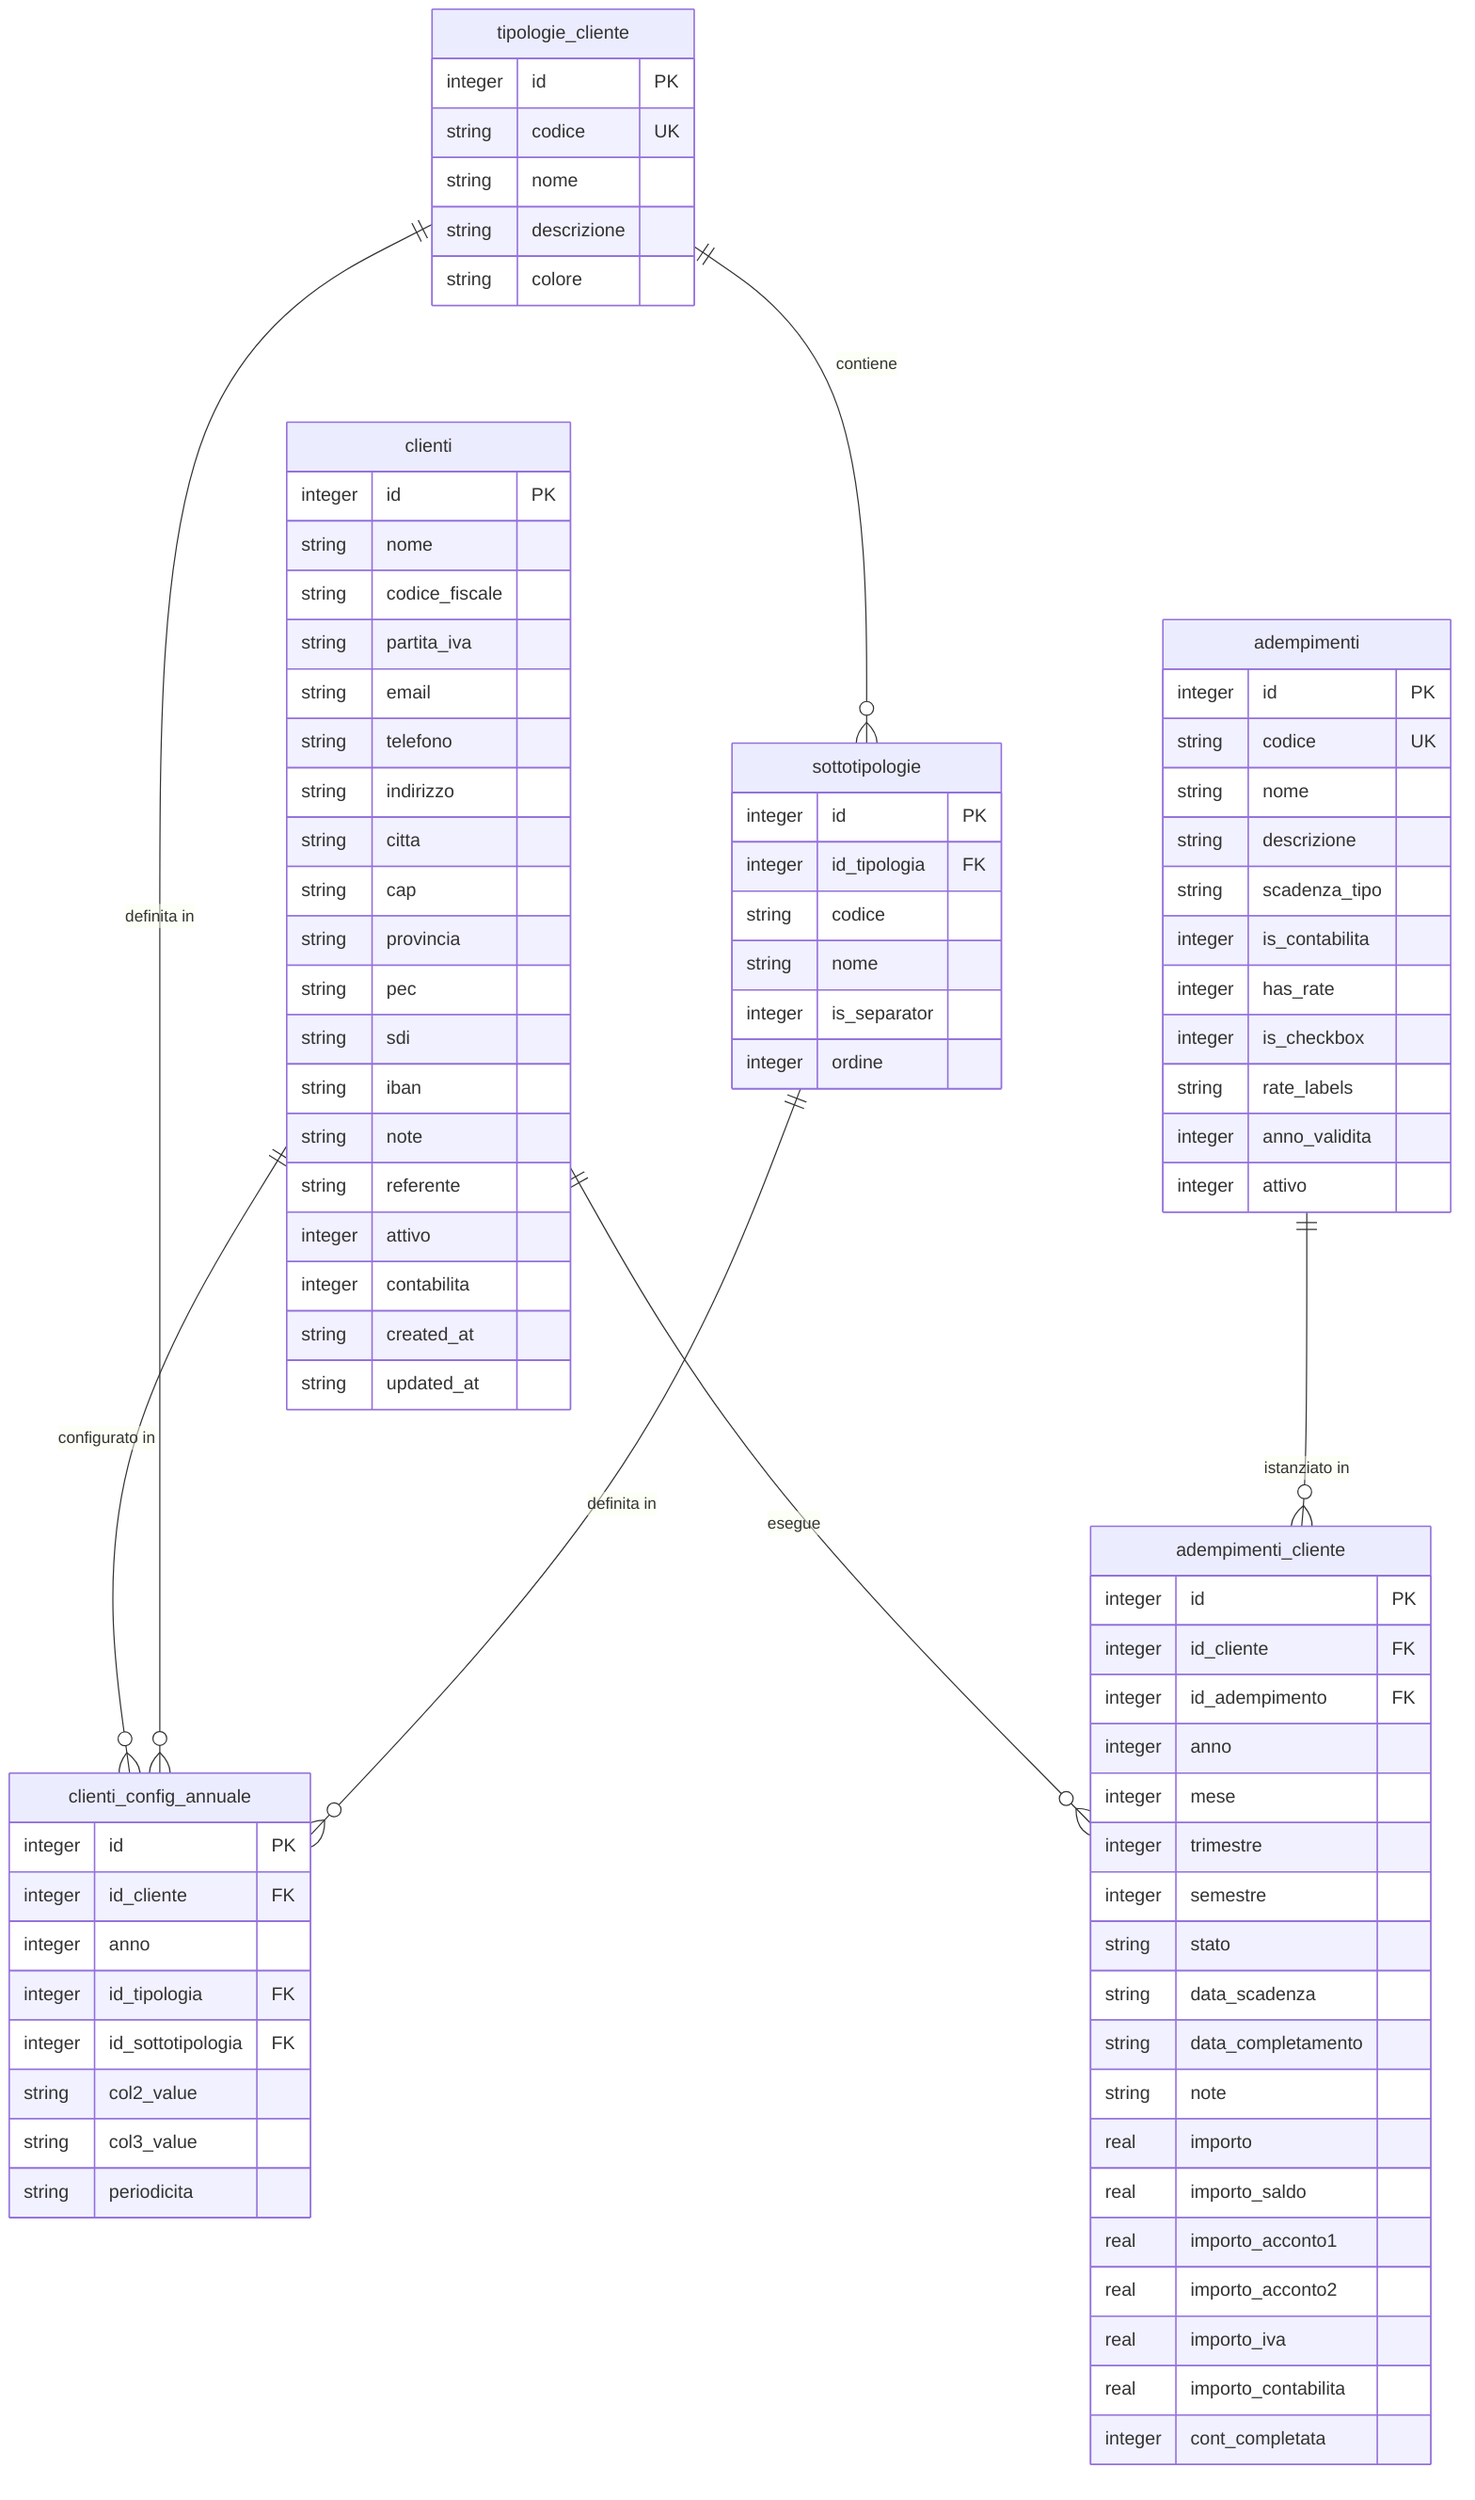
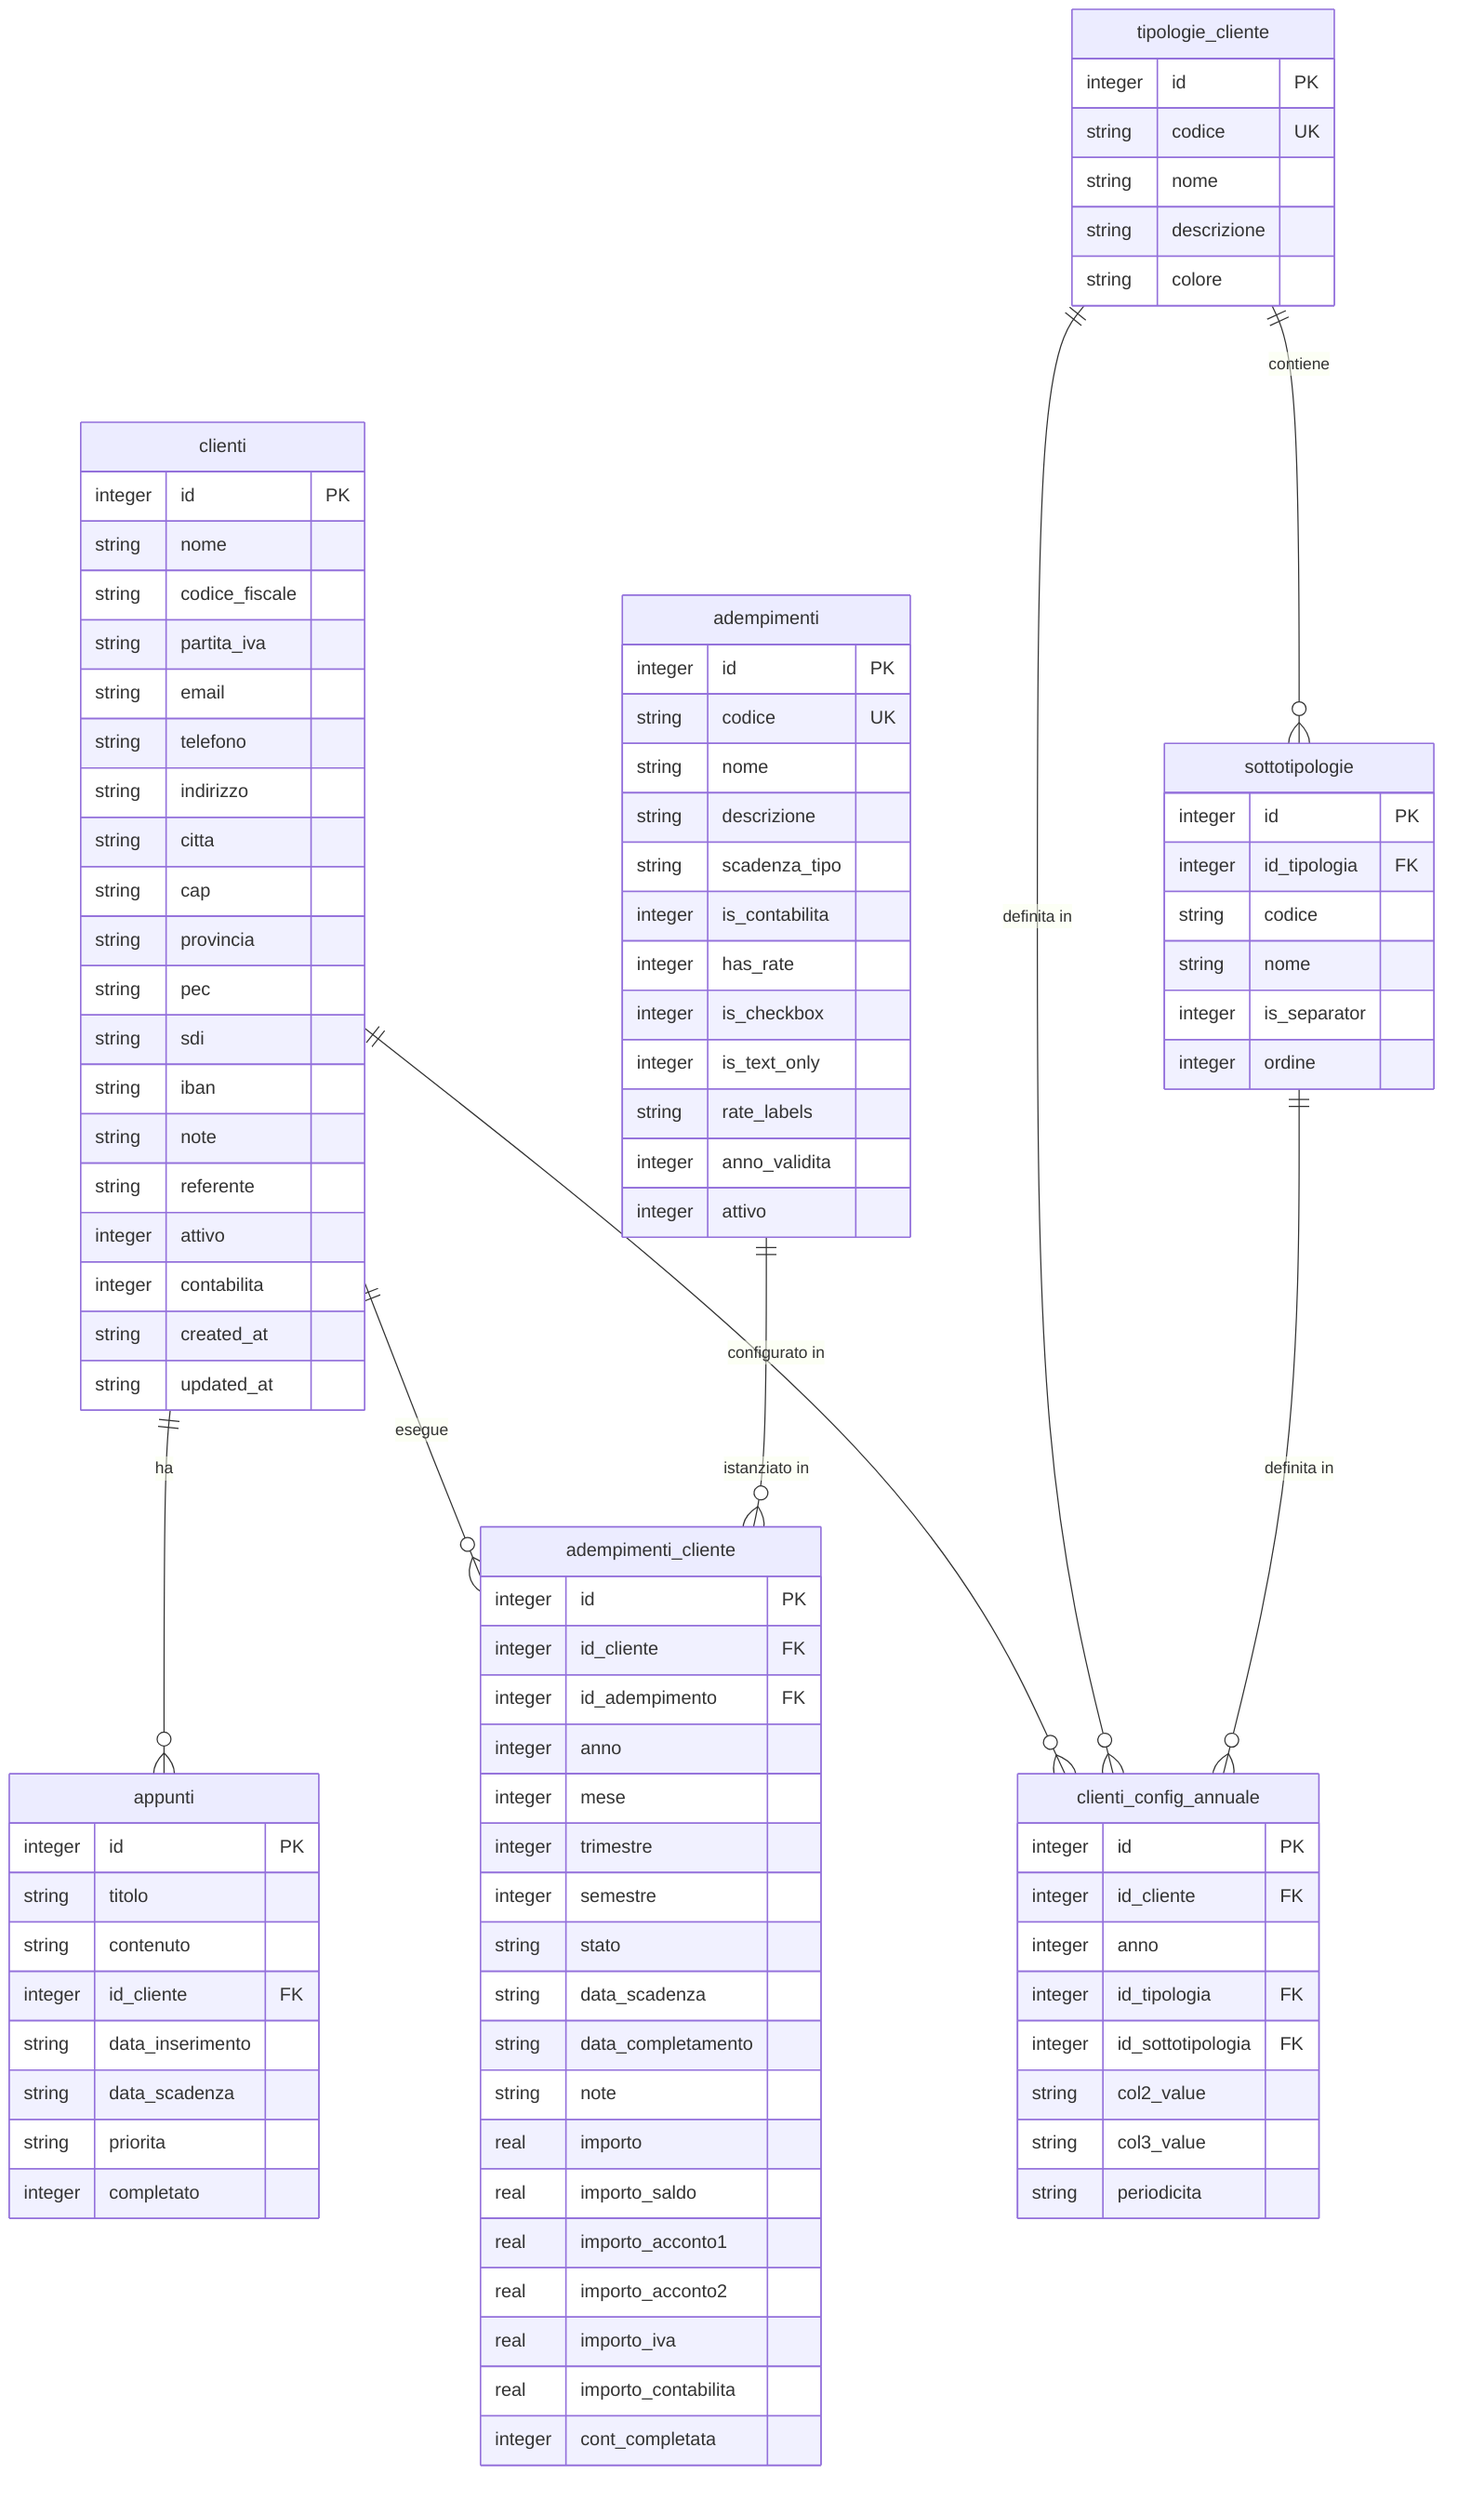
erDiagram
    clienti {
        integer id PK
        string nome
        string codice_fiscale
        string partita_iva
        string email
        string telefono
        string indirizzo
        string citta
        string cap
        string provincia
        string pec
        string sdi
        string iban
        string note
        string referente
        integer attivo
        integer contabilita
        string created_at
        string updated_at
    }

    tipologie_cliente {
        integer id PK
        string codice UK
        string nome
        string descrizione
        string colore
    }

    sottotipologie {
        integer id PK
        integer id_tipologia FK
        string codice
        string nome
        integer is_separator
        integer ordine
    }

    clienti_config_annuale {
        integer id PK
        integer id_cliente FK
        integer anno
        integer id_tipologia FK
        integer id_sottotipologia FK
        string col2_value
        string col3_value
        string periodicita
    }

    adempimenti {
        integer id PK
        string codice UK
        string nome
        string descrizione
        string scadenza_tipo
        integer is_contabilita
        integer has_rate
        integer is_checkbox
+         integer is_text_only
        string rate_labels
        integer anno_validita
        integer attivo
    }

    adempimenti_cliente {
        integer id PK
        integer id_cliente FK
        integer id_adempimento FK
        integer anno
        integer mese
        integer trimestre
        integer semestre
        string stato
        string data_scadenza
        string data_completamento
        string note
        real importo
        real importo_saldo
        real importo_acconto1
        real importo_acconto2
        real importo_iva
        real importo_contabilita
        integer cont_completata
    }

+     appunti {
+         integer id PK
+         string titolo
+         string contenuto
+         integer id_cliente FK
+         string data_inserimento
+         string data_scadenza
+         string priorita
+         integer completato
+     }
+ 
+     %% Relazioni
    clienti ||--o{ adempimenti_cliente : "esegue"
    clienti ||--o{ clienti_config_annuale : "configurato in"
+     clienti ||--o{ appunti : "ha"
+ 
    tipologie_cliente ||--o{ sottotipologie : "contiene"
    tipologie_cliente ||--o{ clienti_config_annuale : "definita in"
+ 
    sottotipologie ||--o{ clienti_config_annuale : "definita in"
+ 
    adempimenti ||--o{ adempimenti_cliente : "istanziato in"